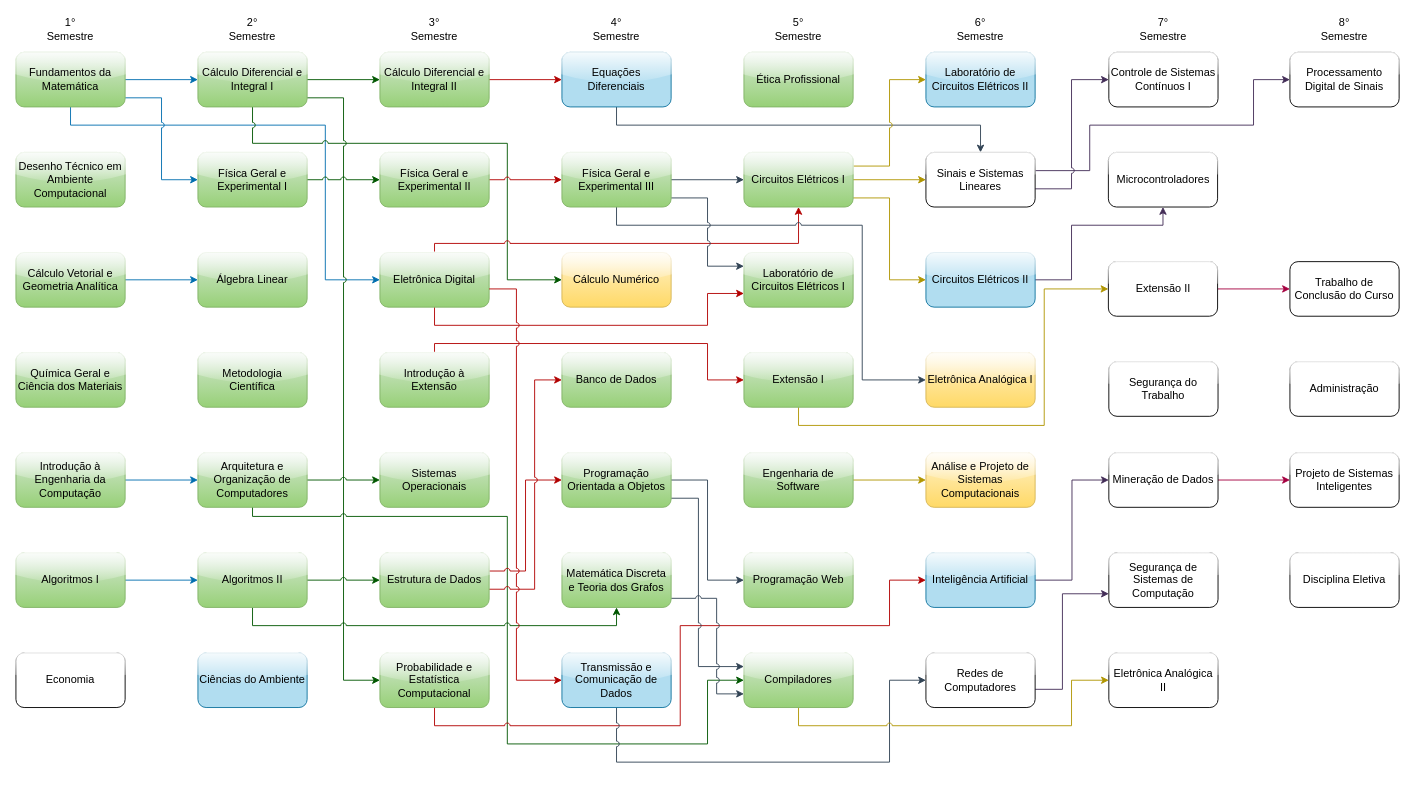
The draw.io diagram fluxograma-disciplinas.drawio in mateus-s-a/IFMT_Eng_Computacao, before the edit. Source tidied: cells renumbered, new cells numbered last; positions are measured from the earlier drawing's top-left corner, leaving out a move shared by most shapes. Both pictures are drawn from the tidied source at 91%, with x=0, y=0 at pixel (15, 15).
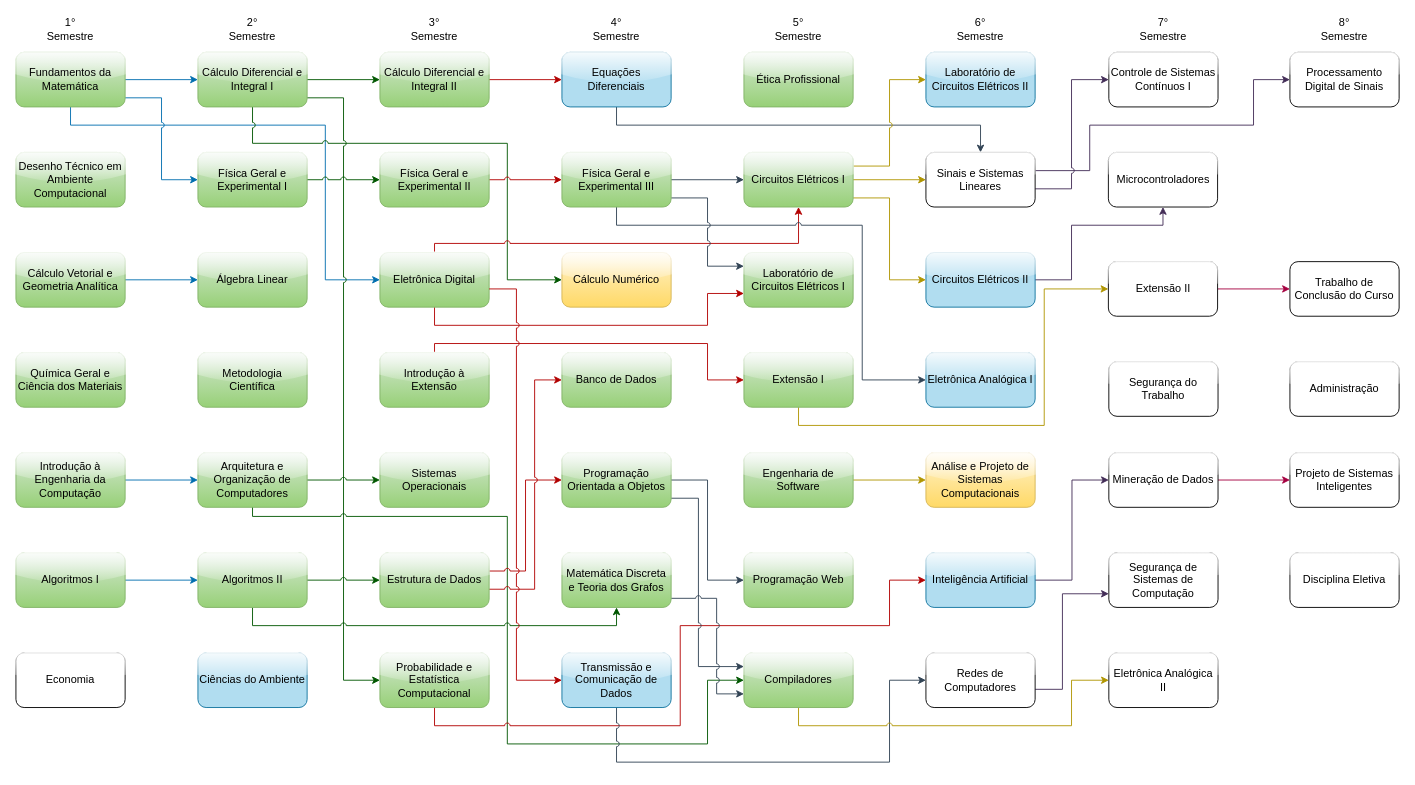
The same diagram, later.

Unchanged cells that the change refers to:
```xml
<mxCell id="91" style="group;" parent="1" vertex="1">
  <mxGeometry x="1000" width="120" height="760" as="geometry" />
</mxCell>
```

Diff of the diagram source:
```diff
@@
-    <mxCell id="95" value="Eletrônica Analógica I" style="rounded=1;whiteSpace=wrap;html=1;glass=1;fillColor=#fff2cc;gradientColor=#ffd966;strokeColor=#d6b656;" parent="91" vertex="1">
+    <mxCell id="95" value="Eletrônica Analógica I" style="rounded=1;whiteSpace=wrap;html=1;glass=1;fillColor=#b1ddf0;strokeColor=#10739e;" parent="91" vertex="1">
       <mxGeometry y="370" width="120" height="60" as="geometry" />
     </mxCell>
```
